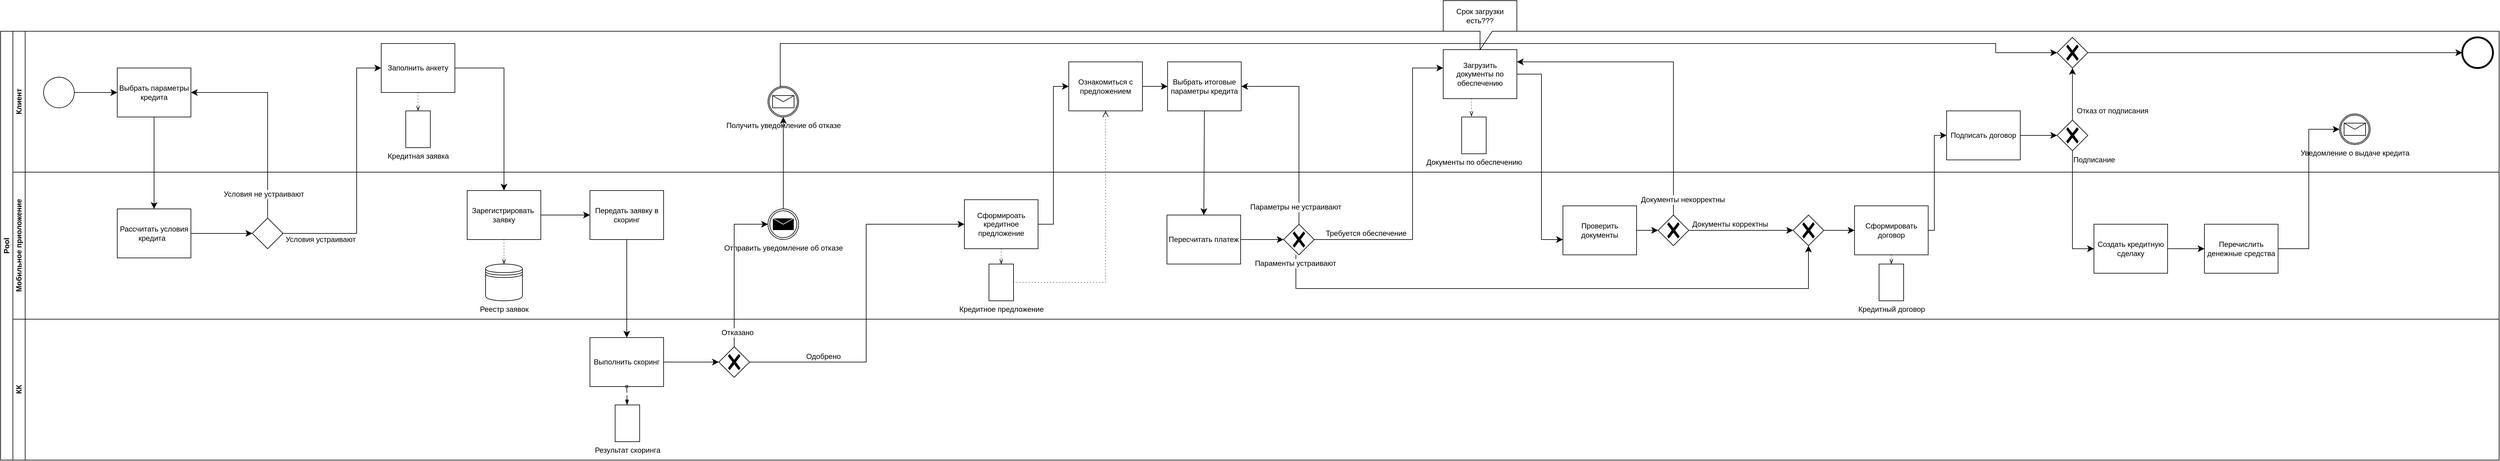
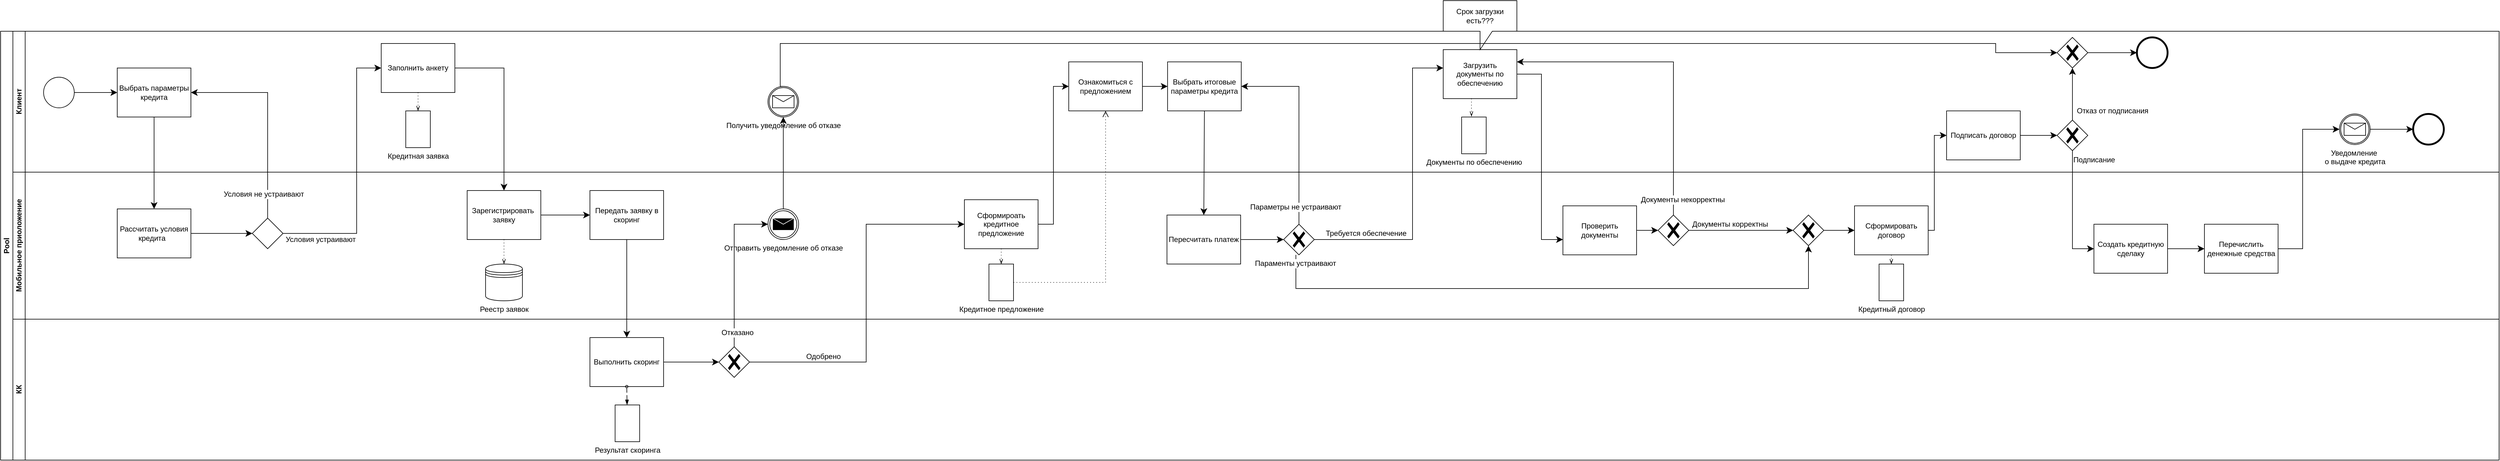
<mxfile host="app.diagrams.net" pages="2">
  <diagram name="Страница-1" id="Z5JgyArm7iG7VXAXB85R">
-     <mxGraphModel dx="506" dy="681" grid="1" gridSize="10" guides="1" tooltips="1" connect="1" arrows="1" fold="1" page="1" pageScale="1" pageWidth="827" pageHeight="1169" math="0" shadow="0">
+     <mxGraphModel dx="1835" dy="2468" grid="1" gridSize="10" guides="1" tooltips="1" connect="1" arrows="1" fold="1" page="1" pageScale="1" pageWidth="827" pageHeight="1169" math="0" shadow="0">
      <root>
        <mxCell id="0" />
        <mxCell id="1" parent="0" />
        <mxCell id="txwyEm_YX-5R6pgvzGQT-2" parent="1" style="swimlane;html=1;childLayout=stackLayout;resizeParent=1;resizeParentMax=0;horizontal=0;startSize=20;horizontalStack=0;whiteSpace=wrap;" value="Pool" vertex="1">
          <mxGeometry height="700" width="4070" x="360" y="410" as="geometry" />
        </mxCell>
        <mxCell id="vKte5DxAlEBw4ZZ7X4Z6-58" edge="1" parent="txwyEm_YX-5R6pgvzGQT-2" source="vKte5DxAlEBw4ZZ7X4Z6-55" style="edgeStyle=none;curved=1;rounded=0;orthogonalLoop=1;jettySize=auto;html=1;exitX=0.5;exitY=1;exitDx=0;exitDy=0;exitPerimeter=0;entryX=0.5;entryY=0;entryDx=0;entryDy=0;entryPerimeter=0;fontSize=12;startSize=8;endSize=8;" target="vKte5DxAlEBw4ZZ7X4Z6-57">
          <mxGeometry relative="1" as="geometry" />
        </mxCell>
        <mxCell id="yt2PXqK56LRTduQO7AhR-1" edge="1" parent="txwyEm_YX-5R6pgvzGQT-2" source="vKte5DxAlEBw4ZZ7X4Z6-59" style="edgeStyle=orthogonalEdgeStyle;rounded=0;orthogonalLoop=1;jettySize=auto;html=1;exitX=0.5;exitY=0;exitDx=0;exitDy=0;exitPerimeter=0;entryX=1;entryY=0.5;entryDx=0;entryDy=0;entryPerimeter=0;fontSize=12;startSize=8;endSize=8;" target="vKte5DxAlEBw4ZZ7X4Z6-55">
          <mxGeometry relative="1" as="geometry" />
        </mxCell>
        <mxCell id="yt2PXqK56LRTduQO7AhR-2" connectable="0" parent="yt2PXqK56LRTduQO7AhR-1" style="edgeLabel;html=1;align=center;verticalAlign=middle;resizable=0;points=[];fontSize=12;" value="Параметры не устраивают&amp;nbsp;" vertex="1">
          <mxGeometry relative="1" x="-0.822" y="4" as="geometry">
            <mxPoint as="offset" />
          </mxGeometry>
        </mxCell>
        <mxCell id="txwyEm_YX-5R6pgvzGQT-3" parent="txwyEm_YX-5R6pgvzGQT-2" style="swimlane;html=1;startSize=20;horizontal=0;" value="Клиент" vertex="1">
          <mxGeometry height="230" width="4050" x="20" as="geometry" />
        </mxCell>
        <mxCell id="txwyEm_YX-5R6pgvzGQT-12" parent="txwyEm_YX-5R6pgvzGQT-3" style="points=[[0.145,0.145,0],[0.5,0,0],[0.855,0.145,0],[1,0.5,0],[0.855,0.855,0],[0.5,1,0],[0.145,0.855,0],[0,0.5,0]];shape=mxgraph.bpmn.event;html=1;verticalLabelPosition=bottom;labelBackgroundColor=#ffffff;verticalAlign=top;align=center;perimeter=ellipsePerimeter;outlineConnect=0;aspect=fixed;outline=standard;symbol=general;" value="" vertex="1">
          <mxGeometry height="50" width="50" x="50" y="75" as="geometry" />
        </mxCell>
        <mxCell id="vKte5DxAlEBw4ZZ7X4Z6-1" parent="txwyEm_YX-5R6pgvzGQT-3" style="points=[[0.25,0,0],[0.5,0,0],[0.75,0,0],[1,0.25,0],[1,0.5,0],[1,0.75,0],[0.75,1,0],[0.5,1,0],[0.25,1,0],[0,0.75,0],[0,0.5,0],[0,0.25,0]];shape=mxgraph.bpmn.task2;whiteSpace=wrap;rectStyle=rounded;size=10;html=1;container=1;expand=0;collapsible=0;taskMarker=user;" value="Выбрать параметры кредита" vertex="1">
          <mxGeometry height="80" width="120" x="170" y="60" as="geometry" />
        </mxCell>
        <mxCell id="vKte5DxAlEBw4ZZ7X4Z6-3" edge="1" parent="txwyEm_YX-5R6pgvzGQT-3" source="txwyEm_YX-5R6pgvzGQT-12" style="edgeStyle=none;curved=1;rounded=0;orthogonalLoop=1;jettySize=auto;html=1;exitX=1;exitY=0.5;exitDx=0;exitDy=0;exitPerimeter=0;entryX=0;entryY=0.5;entryDx=0;entryDy=0;entryPerimeter=0;fontSize=12;startSize=8;endSize=8;" target="vKte5DxAlEBw4ZZ7X4Z6-1">
          <mxGeometry relative="1" as="geometry" />
        </mxCell>
        <mxCell id="vKte5DxAlEBw4ZZ7X4Z6-14" edge="1" parent="txwyEm_YX-5R6pgvzGQT-3" source="vKte5DxAlEBw4ZZ7X4Z6-8" style="edgeStyle=none;curved=1;rounded=0;orthogonalLoop=1;jettySize=auto;html=1;fontSize=12;startSize=8;endSize=8;">
          <mxGeometry relative="1" as="geometry">
            <mxPoint x="700" y="100" as="targetPoint" />
          </mxGeometry>
        </mxCell>
        <mxCell id="vKte5DxAlEBw4ZZ7X4Z6-8" parent="txwyEm_YX-5R6pgvzGQT-3" style="points=[[0.25,0,0],[0.5,0,0],[0.75,0,0],[1,0.25,0],[1,0.5,0],[1,0.75,0],[0.75,1,0],[0.5,1,0],[0.25,1,0],[0,0.75,0],[0,0.5,0],[0,0.25,0]];shape=mxgraph.bpmn.task2;whiteSpace=wrap;rectStyle=rounded;size=10;html=1;container=1;expand=0;collapsible=0;taskMarker=user;" value="Заполнить анкету" vertex="1">
          <mxGeometry height="80" width="120" x="600" y="20" as="geometry" />
        </mxCell>
        <mxCell id="vKte5DxAlEBw4ZZ7X4Z6-17" parent="txwyEm_YX-5R6pgvzGQT-3" style="shape=mxgraph.bpmn.data2;labelPosition=center;verticalLabelPosition=bottom;align=center;verticalAlign=top;size=15;html=1;" value="Кредитная заявка" vertex="1">
          <mxGeometry height="60" width="40" x="640" y="130" as="geometry" />
        </mxCell>
        <mxCell id="vKte5DxAlEBw4ZZ7X4Z6-18" edge="1" parent="txwyEm_YX-5R6pgvzGQT-3" source="vKte5DxAlEBw4ZZ7X4Z6-8" style="edgeStyle=elbowEdgeStyle;fontSize=12;html=1;endFill=0;startFill=0;endSize=6;startSize=6;dashed=1;dashPattern=1 4;endArrow=openThin;startArrow=none;rounded=0;curved=1;exitX=0.5;exitY=1;exitDx=0;exitDy=0;exitPerimeter=0;" target="vKte5DxAlEBw4ZZ7X4Z6-17" value="">
          <mxGeometry relative="1" width="160" as="geometry">
            <mxPoint x="650" y="90" as="sourcePoint" />
            <mxPoint x="810" y="90" as="targetPoint" />
          </mxGeometry>
        </mxCell>
        <mxCell id="vKte5DxAlEBw4ZZ7X4Z6-56" edge="1" parent="txwyEm_YX-5R6pgvzGQT-3" source="vKte5DxAlEBw4ZZ7X4Z6-46" style="edgeStyle=none;curved=1;rounded=0;orthogonalLoop=1;jettySize=auto;html=1;exitX=1;exitY=0.5;exitDx=0;exitDy=0;exitPerimeter=0;fontSize=12;startSize=8;endSize=8;" target="vKte5DxAlEBw4ZZ7X4Z6-55">
          <mxGeometry relative="1" as="geometry" />
        </mxCell>
        <mxCell id="vKte5DxAlEBw4ZZ7X4Z6-46" parent="txwyEm_YX-5R6pgvzGQT-3" style="points=[[0.25,0,0],[0.5,0,0],[0.75,0,0],[1,0.25,0],[1,0.5,0],[1,0.75,0],[0.75,1,0],[0.5,1,0],[0.25,1,0],[0,0.75,0],[0,0.5,0],[0,0.25,0]];shape=mxgraph.bpmn.task2;whiteSpace=wrap;rectStyle=rounded;size=10;html=1;container=1;expand=0;collapsible=0;taskMarker=user;" value="Ознакомиться с предложением" vertex="1">
          <mxGeometry height="80" width="120" x="1720" y="50" as="geometry" />
        </mxCell>
        <mxCell id="vKte5DxAlEBw4ZZ7X4Z6-55" parent="txwyEm_YX-5R6pgvzGQT-3" style="points=[[0.25,0,0],[0.5,0,0],[0.75,0,0],[1,0.25,0],[1,0.5,0],[1,0.75,0],[0.75,1,0],[0.5,1,0],[0.25,1,0],[0,0.75,0],[0,0.5,0],[0,0.25,0]];shape=mxgraph.bpmn.task2;whiteSpace=wrap;rectStyle=rounded;size=10;html=1;container=1;expand=0;collapsible=0;taskMarker=user;" value="Выбрать итоговые параметры кредита" vertex="1">
          <mxGeometry height="80" width="120" x="1881" y="50" as="geometry" />
        </mxCell>
        <mxCell id="yt2PXqK56LRTduQO7AhR-14" parent="txwyEm_YX-5R6pgvzGQT-3" style="shape=mxgraph.bpmn.data2;labelPosition=center;verticalLabelPosition=bottom;align=center;verticalAlign=top;size=15;html=1;" value="Документы по обеспечению" vertex="1">
          <mxGeometry height="60" width="40" x="2360" y="140" as="geometry" />
        </mxCell>
        <mxCell id="yt2PXqK56LRTduQO7AhR-37" parent="txwyEm_YX-5R6pgvzGQT-3" style="points=[[0.25,0,0],[0.5,0,0],[0.75,0,0],[1,0.25,0],[1,0.5,0],[1,0.75,0],[0.75,1,0],[0.5,1,0],[0.25,1,0],[0,0.75,0],[0,0.5,0],[0,0.25,0]];shape=mxgraph.bpmn.task2;whiteSpace=wrap;rectStyle=rounded;size=10;html=1;container=1;expand=0;collapsible=0;taskMarker=user;" value="Подписать договор" vertex="1">
          <mxGeometry height="80" width="120" x="3150" y="130" as="geometry" />
        </mxCell>
        <mxCell id="yt2PXqK56LRTduQO7AhR-39" parent="txwyEm_YX-5R6pgvzGQT-3" style="points=[[0.25,0.25,0],[0.5,0,0],[0.75,0.25,0],[1,0.5,0],[0.75,0.75,0],[0.5,1,0],[0.25,0.75,0],[0,0.5,0]];shape=mxgraph.bpmn.gateway2;html=1;verticalLabelPosition=bottom;labelBackgroundColor=#ffffff;verticalAlign=top;align=center;perimeter=rhombusPerimeter;outlineConnect=0;outline=none;symbol=none;gwType=exclusive;" value="" vertex="1">
          <mxGeometry height="50" width="50" x="3330" y="145" as="geometry" />
        </mxCell>
        <mxCell id="yt2PXqK56LRTduQO7AhR-40" edge="1" parent="txwyEm_YX-5R6pgvzGQT-3" source="yt2PXqK56LRTduQO7AhR-37" style="edgeStyle=none;curved=1;rounded=0;orthogonalLoop=1;jettySize=auto;html=1;entryX=0;entryY=0.5;entryDx=0;entryDy=0;entryPerimeter=0;fontSize=12;startSize=8;endSize=8;" target="yt2PXqK56LRTduQO7AhR-39">
          <mxGeometry relative="1" as="geometry" />
        </mxCell>
        <mxCell id="yt2PXqK56LRTduQO7AhR-42" parent="txwyEm_YX-5R6pgvzGQT-3" style="points=[[0.25,0.25,0],[0.5,0,0],[0.75,0.25,0],[1,0.5,0],[0.75,0.75,0],[0.5,1,0],[0.25,0.75,0],[0,0.5,0]];shape=mxgraph.bpmn.gateway2;html=1;verticalLabelPosition=bottom;labelBackgroundColor=#ffffff;verticalAlign=top;align=center;perimeter=rhombusPerimeter;outlineConnect=0;outline=none;symbol=none;gwType=exclusive;" value="" vertex="1">
          <mxGeometry height="50" width="50" x="3330" y="10" as="geometry" />
        </mxCell>
        <mxCell id="yt2PXqK56LRTduQO7AhR-43" edge="1" parent="txwyEm_YX-5R6pgvzGQT-3" source="yt2PXqK56LRTduQO7AhR-39" style="edgeStyle=none;curved=1;rounded=0;orthogonalLoop=1;jettySize=auto;html=1;entryX=0.5;entryY=1;entryDx=0;entryDy=0;entryPerimeter=0;fontSize=12;startSize=8;endSize=8;" target="yt2PXqK56LRTduQO7AhR-42">
          <mxGeometry relative="1" as="geometry" />
        </mxCell>
        <mxCell id="yt2PXqK56LRTduQO7AhR-44" connectable="0" parent="yt2PXqK56LRTduQO7AhR-43" style="edgeLabel;html=1;align=center;verticalAlign=middle;resizable=0;points=[];fontSize=12;" value="Отказ от подписания" vertex="1">
          <mxGeometry relative="1" x="-0.0725" y="-2" as="geometry">
            <mxPoint x="63" y="24" as="offset" />
          </mxGeometry>
        </mxCell>
        <mxCell id="yt2PXqK56LRTduQO7AhR-41" parent="txwyEm_YX-5R6pgvzGQT-3" style="points=[[0.145,0.145,0],[0.5,0,0],[0.855,0.145,0],[1,0.5,0],[0.855,0.855,0],[0.5,1,0],[0.145,0.855,0],[0,0.5,0]];shape=mxgraph.bpmn.event;html=1;verticalLabelPosition=bottom;labelBackgroundColor=#ffffff;verticalAlign=top;align=center;perimeter=ellipsePerimeter;outlineConnect=0;aspect=fixed;outline=end;symbol=terminate2;" value="" vertex="1">
-           <mxGeometry height="50" width="50" x="3990" y="10" as="geometry" />
+           <mxGeometry height="50" width="50" x="3460" y="10" as="geometry" />
        </mxCell>
        <mxCell id="yt2PXqK56LRTduQO7AhR-47" edge="1" parent="txwyEm_YX-5R6pgvzGQT-3" source="yt2PXqK56LRTduQO7AhR-42" style="edgeStyle=none;curved=1;rounded=0;orthogonalLoop=1;jettySize=auto;html=1;exitX=1;exitY=0.5;exitDx=0;exitDy=0;exitPerimeter=0;entryX=0;entryY=0.5;entryDx=0;entryDy=0;entryPerimeter=0;fontSize=12;startSize=8;endSize=8;" target="yt2PXqK56LRTduQO7AhR-41">
          <mxGeometry relative="1" as="geometry" />
        </mxCell>
-         <mxCell id="yt2PXqK56LRTduQO7AhR-54" parent="txwyEm_YX-5R6pgvzGQT-3" style="points=[[0.145,0.145,0],[0.5,0,0],[0.855,0.145,0],[1,0.5,0],[0.855,0.855,0],[0.5,1,0],[0.145,0.855,0],[0,0.5,0]];shape=mxgraph.bpmn.event;html=1;verticalLabelPosition=bottom;labelBackgroundColor=#ffffff;verticalAlign=top;align=center;perimeter=ellipsePerimeter;outlineConnect=0;aspect=fixed;outline=catching;symbol=message;" value="Уведомление о выдаче кредита" vertex="1">
+         <mxCell id="yt2PXqK56LRTduQO7AhR-54" parent="txwyEm_YX-5R6pgvzGQT-3" style="points=[[0.145,0.145,0],[0.5,0,0],[0.855,0.145,0],[1,0.5,0],[0.855,0.855,0],[0.5,1,0],[0.145,0.855,0],[0,0.5,0]];shape=mxgraph.bpmn.event;html=1;verticalLabelPosition=bottom;labelBackgroundColor=#ffffff;verticalAlign=top;align=center;perimeter=ellipsePerimeter;outlineConnect=0;aspect=fixed;outline=catching;symbol=message;" value="Уведомление&amp;nbsp;&lt;div&gt;о выдаче кредита&lt;/div&gt;" vertex="1">
          <mxGeometry height="50" width="50" x="3790" y="135" as="geometry" />
+         </mxCell>
+         <mxCell id="yt2PXqK56LRTduQO7AhR-56" parent="txwyEm_YX-5R6pgvzGQT-3" style="points=[[0.145,0.145,0],[0.5,0,0],[0.855,0.145,0],[1,0.5,0],[0.855,0.855,0],[0.5,1,0],[0.145,0.855,0],[0,0.5,0]];shape=mxgraph.bpmn.event;html=1;verticalLabelPosition=bottom;labelBackgroundColor=#ffffff;verticalAlign=top;align=center;perimeter=ellipsePerimeter;outlineConnect=0;aspect=fixed;outline=end;symbol=terminate2;" value="" vertex="1">
+           <mxGeometry height="50" width="50" x="3910" y="135" as="geometry" />
+         </mxCell>
+         <mxCell id="yt2PXqK56LRTduQO7AhR-57" edge="1" parent="txwyEm_YX-5R6pgvzGQT-3" source="yt2PXqK56LRTduQO7AhR-54" style="edgeStyle=none;curved=1;rounded=0;orthogonalLoop=1;jettySize=auto;html=1;exitX=1;exitY=0.5;exitDx=0;exitDy=0;exitPerimeter=0;entryX=0;entryY=0.5;entryDx=0;entryDy=0;entryPerimeter=0;fontSize=12;startSize=8;endSize=8;" target="yt2PXqK56LRTduQO7AhR-56">
+           <mxGeometry relative="1" as="geometry" />
        </mxCell>
        <mxCell id="txwyEm_YX-5R6pgvzGQT-6" parent="txwyEm_YX-5R6pgvzGQT-2" style="swimlane;html=1;startSize=20;horizontal=0;" value="Мобильное приоложение" vertex="1">
          <mxGeometry height="240" width="4050" x="20" y="230" as="geometry" />
        </mxCell>
        <mxCell id="vKte5DxAlEBw4ZZ7X4Z6-6" edge="1" parent="txwyEm_YX-5R6pgvzGQT-6" source="vKte5DxAlEBw4ZZ7X4Z6-2" style="edgeStyle=none;curved=1;rounded=0;orthogonalLoop=1;jettySize=auto;html=1;fontSize=12;startSize=8;endSize=8;" target="vKte5DxAlEBw4ZZ7X4Z6-5">
          <mxGeometry relative="1" as="geometry" />
        </mxCell>
        <mxCell id="vKte5DxAlEBw4ZZ7X4Z6-2" parent="txwyEm_YX-5R6pgvzGQT-6" style="points=[[0.25,0,0],[0.5,0,0],[0.75,0,0],[1,0.25,0],[1,0.5,0],[1,0.75,0],[0.75,1,0],[0.5,1,0],[0.25,1,0],[0,0.75,0],[0,0.5,0],[0,0.25,0]];shape=mxgraph.bpmn.task2;whiteSpace=wrap;rectStyle=rounded;size=10;html=1;container=1;expand=0;collapsible=0;taskMarker=service;" value="Рассчитать условия кредита&amp;nbsp;&amp;nbsp;" vertex="1">
          <mxGeometry height="80" width="120" x="170" y="60" as="geometry" />
        </mxCell>
        <mxCell id="vKte5DxAlEBw4ZZ7X4Z6-5" parent="txwyEm_YX-5R6pgvzGQT-6" style="points=[[0.25,0.25,0],[0.5,0,0],[0.75,0.25,0],[1,0.5,0],[0.75,0.75,0],[0.5,1,0],[0.25,0.75,0],[0,0.5,0]];shape=mxgraph.bpmn.gateway2;html=1;verticalLabelPosition=bottom;labelBackgroundColor=#ffffff;verticalAlign=top;align=center;perimeter=rhombusPerimeter;outlineConnect=0;outline=none;symbol=none;" value="" vertex="1">
          <mxGeometry height="50" width="50" x="390" y="75" as="geometry" />
        </mxCell>
        <mxCell id="vKte5DxAlEBw4ZZ7X4Z6-25" edge="1" parent="txwyEm_YX-5R6pgvzGQT-6" source="vKte5DxAlEBw4ZZ7X4Z6-15" style="edgeStyle=none;curved=1;rounded=0;orthogonalLoop=1;jettySize=auto;html=1;fontSize=12;startSize=8;endSize=8;" target="vKte5DxAlEBw4ZZ7X4Z6-23">
          <mxGeometry relative="1" as="geometry" />
        </mxCell>
        <mxCell id="vKte5DxAlEBw4ZZ7X4Z6-15" parent="txwyEm_YX-5R6pgvzGQT-6" style="points=[[0.25,0,0],[0.5,0,0],[0.75,0,0],[1,0.25,0],[1,0.5,0],[1,0.75,0],[0.75,1,0],[0.5,1,0],[0.25,1,0],[0,0.75,0],[0,0.5,0],[0,0.25,0]];shape=mxgraph.bpmn.task2;whiteSpace=wrap;rectStyle=rounded;size=10;html=1;container=1;expand=0;collapsible=0;taskMarker=service;" value="Зарегистрировать&amp;nbsp;&lt;div&gt;заявку&lt;/div&gt;" vertex="1">
          <mxGeometry height="80" width="120" x="740" y="30" as="geometry" />
        </mxCell>
        <mxCell id="vKte5DxAlEBw4ZZ7X4Z6-20" parent="txwyEm_YX-5R6pgvzGQT-6" style="shape=datastore;html=1;labelPosition=center;verticalLabelPosition=bottom;align=center;verticalAlign=top;" value="Реестр заявок" vertex="1">
          <mxGeometry height="60" width="60" x="770" y="150" as="geometry" />
        </mxCell>
        <mxCell id="vKte5DxAlEBw4ZZ7X4Z6-21" edge="1" parent="txwyEm_YX-5R6pgvzGQT-6" source="vKte5DxAlEBw4ZZ7X4Z6-15" style="edgeStyle=elbowEdgeStyle;fontSize=12;html=1;endFill=0;startFill=0;endSize=6;startSize=6;dashed=1;dashPattern=1 4;endArrow=openThin;startArrow=none;rounded=0;curved=1;entryX=0.5;entryY=0;entryDx=0;entryDy=0;" target="vKte5DxAlEBw4ZZ7X4Z6-20" value="">
          <mxGeometry relative="1" width="160" as="geometry">
            <mxPoint x="650" y="120" as="sourcePoint" />
            <mxPoint x="810" y="120" as="targetPoint" />
          </mxGeometry>
        </mxCell>
        <mxCell id="vKte5DxAlEBw4ZZ7X4Z6-23" parent="txwyEm_YX-5R6pgvzGQT-6" style="points=[[0.25,0,0],[0.5,0,0],[0.75,0,0],[1,0.25,0],[1,0.5,0],[1,0.75,0],[0.75,1,0],[0.5,1,0],[0.25,1,0],[0,0.75,0],[0,0.5,0],[0,0.25,0]];shape=mxgraph.bpmn.task2;whiteSpace=wrap;rectStyle=rounded;size=10;html=1;container=1;expand=0;collapsible=0;taskMarker=service;" value="Передать заявку в скоринг" vertex="1">
          <mxGeometry height="80" width="120" x="940" y="30" as="geometry" />
        </mxCell>
        <mxCell id="vKte5DxAlEBw4ZZ7X4Z6-43" parent="txwyEm_YX-5R6pgvzGQT-6" style="points=[[0.25,0,0],[0.5,0,0],[0.75,0,0],[1,0.25,0],[1,0.5,0],[1,0.75,0],[0.75,1,0],[0.5,1,0],[0.25,1,0],[0,0.75,0],[0,0.5,0],[0,0.25,0]];shape=mxgraph.bpmn.task2;whiteSpace=wrap;rectStyle=rounded;size=10;html=1;container=1;expand=0;collapsible=0;taskMarker=service;" value="Сформироать кредитное предложение" vertex="1">
          <mxGeometry height="80" width="120" x="1550" y="45" as="geometry" />
        </mxCell>
        <mxCell id="vKte5DxAlEBw4ZZ7X4Z6-44" parent="txwyEm_YX-5R6pgvzGQT-6" style="shape=mxgraph.bpmn.data2;labelPosition=center;verticalLabelPosition=bottom;align=center;verticalAlign=top;size=15;html=1;" value="Кредитное предложение" vertex="1">
          <mxGeometry height="60" width="40" x="1590" y="150" as="geometry" />
        </mxCell>
        <mxCell id="vKte5DxAlEBw4ZZ7X4Z6-45" edge="1" parent="txwyEm_YX-5R6pgvzGQT-6" source="vKte5DxAlEBw4ZZ7X4Z6-43" style="edgeStyle=elbowEdgeStyle;fontSize=12;html=1;endFill=0;startFill=0;endSize=6;startSize=6;dashed=1;dashPattern=1 4;endArrow=openThin;startArrow=none;rounded=0;curved=1;exitX=0.5;exitY=1;exitDx=0;exitDy=0;exitPerimeter=0;entryX=0.5;entryY=0;entryDx=0;entryDy=0;entryPerimeter=0;" target="vKte5DxAlEBw4ZZ7X4Z6-44" value="">
          <mxGeometry relative="1" width="160" as="geometry">
            <mxPoint x="1330" y="190" as="sourcePoint" />
            <mxPoint x="1490" y="190" as="targetPoint" />
          </mxGeometry>
        </mxCell>
        <mxCell id="vKte5DxAlEBw4ZZ7X4Z6-37" parent="txwyEm_YX-5R6pgvzGQT-6" style="points=[[0.145,0.145,0],[0.5,0,0],[0.855,0.145,0],[1,0.5,0],[0.855,0.855,0],[0.5,1,0],[0.145,0.855,0],[0,0.5,0]];shape=mxgraph.bpmn.event;html=1;verticalLabelPosition=bottom;labelBackgroundColor=#ffffff;verticalAlign=top;align=center;perimeter=ellipsePerimeter;outlineConnect=0;aspect=fixed;outline=catching;symbol=message;" value="Получить уведомление об отказе" vertex="1">
          <mxGeometry height="50" width="50" x="1230" y="-140" as="geometry" />
        </mxCell>
        <mxCell id="vKte5DxAlEBw4ZZ7X4Z6-54" edge="1" parent="txwyEm_YX-5R6pgvzGQT-6" source="vKte5DxAlEBw4ZZ7X4Z6-36" style="edgeStyle=none;curved=1;rounded=0;orthogonalLoop=1;jettySize=auto;html=1;exitX=0.5;exitY=0;exitDx=0;exitDy=0;exitPerimeter=0;fontSize=12;startSize=8;endSize=8;" target="vKte5DxAlEBw4ZZ7X4Z6-37">
          <mxGeometry relative="1" as="geometry" />
        </mxCell>
        <mxCell id="vKte5DxAlEBw4ZZ7X4Z6-36" parent="txwyEm_YX-5R6pgvzGQT-6" style="points=[[0.145,0.145,0],[0.5,0,0],[0.855,0.145,0],[1,0.5,0],[0.855,0.855,0],[0.5,1,0],[0.145,0.855,0],[0,0.5,0]];shape=mxgraph.bpmn.event;html=1;verticalLabelPosition=bottom;labelBackgroundColor=#ffffff;verticalAlign=top;align=center;perimeter=ellipsePerimeter;outlineConnect=0;aspect=fixed;outline=throwing;symbol=message;" value="Отправить уведомление об отказе" vertex="1">
          <mxGeometry height="50" width="50" x="1230" y="60" as="geometry" />
        </mxCell>
        <mxCell id="vKte5DxAlEBw4ZZ7X4Z6-57" parent="txwyEm_YX-5R6pgvzGQT-6" style="points=[[0.25,0,0],[0.5,0,0],[0.75,0,0],[1,0.25,0],[1,0.5,0],[1,0.75,0],[0.75,1,0],[0.5,1,0],[0.25,1,0],[0,0.75,0],[0,0.5,0],[0,0.25,0]];shape=mxgraph.bpmn.task2;whiteSpace=wrap;rectStyle=rounded;size=10;html=1;container=1;expand=0;collapsible=0;taskMarker=service;" value="Пересчитать платеж" vertex="1">
          <mxGeometry height="80" width="120" x="1880" y="70" as="geometry" />
        </mxCell>
        <mxCell id="vKte5DxAlEBw4ZZ7X4Z6-59" parent="txwyEm_YX-5R6pgvzGQT-6" style="points=[[0.25,0.25,0],[0.5,0,0],[0.75,0.25,0],[1,0.5,0],[0.75,0.75,0],[0.5,1,0],[0.25,0.75,0],[0,0.5,0]];shape=mxgraph.bpmn.gateway2;html=1;verticalLabelPosition=bottom;labelBackgroundColor=#ffffff;verticalAlign=top;align=center;perimeter=rhombusPerimeter;outlineConnect=0;outline=none;symbol=none;gwType=exclusive;" value="" vertex="1">
          <mxGeometry height="50" width="50" x="2070" y="85" as="geometry" />
        </mxCell>
        <mxCell id="yt2PXqK56LRTduQO7AhR-3" edge="1" parent="txwyEm_YX-5R6pgvzGQT-6" source="vKte5DxAlEBw4ZZ7X4Z6-57" style="edgeStyle=none;curved=1;rounded=0;orthogonalLoop=1;jettySize=auto;html=1;exitX=1;exitY=0.5;exitDx=0;exitDy=0;exitPerimeter=0;entryX=0;entryY=0.5;entryDx=0;entryDy=0;entryPerimeter=0;fontSize=12;startSize=8;endSize=8;" target="vKte5DxAlEBw4ZZ7X4Z6-59">
          <mxGeometry relative="1" as="geometry" />
        </mxCell>
        <mxCell id="yt2PXqK56LRTduQO7AhR-9" edge="1" parent="txwyEm_YX-5R6pgvzGQT-6" style="edgeStyle=orthogonalEdgeStyle;rounded=0;orthogonalLoop=1;jettySize=auto;html=1;exitX=0.5;exitY=1;exitDx=0;exitDy=0;exitPerimeter=0;entryX=0.5;entryY=1;entryDx=0;entryDy=0;entryPerimeter=0;fontSize=12;startSize=8;endSize=8;" target="yt2PXqK56LRTduQO7AhR-27">
          <mxGeometry relative="1" as="geometry">
            <Array as="points">
              <mxPoint x="2090" y="190" />
              <mxPoint x="2925" y="190" />
            </Array>
            <mxPoint x="2090" y="135" as="sourcePoint" />
            <mxPoint x="3050" y="100" as="targetPoint" />
          </mxGeometry>
        </mxCell>
        <mxCell id="yt2PXqK56LRTduQO7AhR-12" connectable="0" parent="yt2PXqK56LRTduQO7AhR-9" style="edgeLabel;html=1;align=center;verticalAlign=middle;resizable=0;points=[];fontSize=12;" value="Параменты устраивают" vertex="1">
          <mxGeometry relative="1" x="-0.972" y="-1" as="geometry">
            <mxPoint as="offset" />
          </mxGeometry>
        </mxCell>
        <mxCell id="yt2PXqK56LRTduQO7AhR-20" edge="1" parent="txwyEm_YX-5R6pgvzGQT-6" source="yt2PXqK56LRTduQO7AhR-16" style="edgeStyle=orthogonalEdgeStyle;rounded=0;orthogonalLoop=1;jettySize=auto;html=1;fontSize=12;startSize=8;endSize=8;" target="yt2PXqK56LRTduQO7AhR-19">
          <mxGeometry relative="1" as="geometry">
            <Array as="points">
              <mxPoint x="2490" y="-160" />
              <mxPoint x="2490" y="110" />
            </Array>
          </mxGeometry>
        </mxCell>
        <mxCell id="yt2PXqK56LRTduQO7AhR-16" parent="txwyEm_YX-5R6pgvzGQT-6" style="points=[[0.25,0,0],[0.5,0,0],[0.75,0,0],[1,0.25,0],[1,0.5,0],[1,0.75,0],[0.75,1,0],[0.5,1,0],[0.25,1,0],[0,0.75,0],[0,0.5,0],[0,0.25,0]];shape=mxgraph.bpmn.task2;whiteSpace=wrap;rectStyle=rounded;size=10;html=1;container=1;expand=0;collapsible=0;taskMarker=user;" value="Загрузить документы по обеспечению" vertex="1">
          <mxGeometry height="80" width="120" x="2330" y="-200" as="geometry" />
        </mxCell>
        <mxCell id="yt2PXqK56LRTduQO7AhR-5" edge="1" parent="txwyEm_YX-5R6pgvzGQT-6" source="vKte5DxAlEBw4ZZ7X4Z6-59" style="edgeStyle=orthogonalEdgeStyle;rounded=0;orthogonalLoop=1;jettySize=auto;html=1;fontSize=12;startSize=8;endSize=8;" target="yt2PXqK56LRTduQO7AhR-16">
          <mxGeometry relative="1" as="geometry">
            <Array as="points">
              <mxPoint x="2280" y="110" />
              <mxPoint x="2280" y="-170" />
            </Array>
            <mxPoint x="2249.9955172413793" y="110.00448275862072" as="sourcePoint" />
            <mxPoint x="2390" y="-170" as="targetPoint" />
          </mxGeometry>
        </mxCell>
        <mxCell id="yt2PXqK56LRTduQO7AhR-6" connectable="0" parent="yt2PXqK56LRTduQO7AhR-5" style="edgeLabel;html=1;align=center;verticalAlign=middle;resizable=0;points=[];fontSize=12;" value="Требуется обеспечение" vertex="1">
          <mxGeometry relative="1" x="-0.6113" y="1" as="geometry">
            <mxPoint x="-11" y="-9" as="offset" />
          </mxGeometry>
        </mxCell>
        <mxCell id="yt2PXqK56LRTduQO7AhR-19" parent="txwyEm_YX-5R6pgvzGQT-6" style="points=[[0.25,0,0],[0.5,0,0],[0.75,0,0],[1,0.25,0],[1,0.5,0],[1,0.75,0],[0.75,1,0],[0.5,1,0],[0.25,1,0],[0,0.75,0],[0,0.5,0],[0,0.25,0]];shape=mxgraph.bpmn.task2;whiteSpace=wrap;rectStyle=rounded;size=10;html=1;container=1;expand=0;collapsible=0;taskMarker=service;" value="Проверить документы" vertex="1">
          <mxGeometry height="80" width="120" x="2525" y="55" as="geometry" />
        </mxCell>
        <mxCell id="yt2PXqK56LRTduQO7AhR-18" parent="txwyEm_YX-5R6pgvzGQT-6" style="shape=callout;whiteSpace=wrap;html=1;perimeter=calloutPerimeter;" value="Срок загрузки есть???" vertex="1">
          <mxGeometry height="80" width="120" x="2330" y="-280" as="geometry" />
        </mxCell>
        <mxCell id="yt2PXqK56LRTduQO7AhR-21" parent="txwyEm_YX-5R6pgvzGQT-6" style="points=[[0.25,0.25,0],[0.5,0,0],[0.75,0.25,0],[1,0.5,0],[0.75,0.75,0],[0.5,1,0],[0.25,0.75,0],[0,0.5,0]];shape=mxgraph.bpmn.gateway2;html=1;verticalLabelPosition=bottom;labelBackgroundColor=#ffffff;verticalAlign=top;align=center;perimeter=rhombusPerimeter;outlineConnect=0;outline=none;symbol=none;gwType=exclusive;" value="" vertex="1">
          <mxGeometry height="50" width="50" x="2680" y="70" as="geometry" />
        </mxCell>
        <mxCell id="yt2PXqK56LRTduQO7AhR-22" edge="1" parent="txwyEm_YX-5R6pgvzGQT-6" source="yt2PXqK56LRTduQO7AhR-19" style="edgeStyle=none;curved=1;rounded=0;orthogonalLoop=1;jettySize=auto;html=1;exitX=1;exitY=0.5;exitDx=0;exitDy=0;exitPerimeter=0;entryX=0;entryY=0.5;entryDx=0;entryDy=0;entryPerimeter=0;fontSize=12;startSize=8;endSize=8;" target="yt2PXqK56LRTduQO7AhR-21">
          <mxGeometry relative="1" as="geometry" />
        </mxCell>
        <mxCell id="yt2PXqK56LRTduQO7AhR-25" edge="1" parent="txwyEm_YX-5R6pgvzGQT-6" source="yt2PXqK56LRTduQO7AhR-21" style="edgeStyle=orthogonalEdgeStyle;rounded=0;orthogonalLoop=1;jettySize=auto;html=1;entryX=1;entryY=0.25;entryDx=0;entryDy=0;entryPerimeter=0;fontSize=12;startSize=8;endSize=8;" target="yt2PXqK56LRTduQO7AhR-16">
          <mxGeometry relative="1" as="geometry">
            <Array as="points">
              <mxPoint x="2705" y="-180" />
            </Array>
          </mxGeometry>
        </mxCell>
        <mxCell id="yt2PXqK56LRTduQO7AhR-26" connectable="0" parent="yt2PXqK56LRTduQO7AhR-25" style="edgeLabel;html=1;align=center;verticalAlign=middle;resizable=0;points=[];fontSize=12;" value="Документы некорректны" vertex="1">
          <mxGeometry relative="1" x="0.6173" y="-2" as="geometry">
            <mxPoint x="173" y="227" as="offset" />
          </mxGeometry>
        </mxCell>
        <mxCell id="yt2PXqK56LRTduQO7AhR-33" edge="1" parent="txwyEm_YX-5R6pgvzGQT-6" source="yt2PXqK56LRTduQO7AhR-27" style="edgeStyle=none;curved=1;rounded=0;orthogonalLoop=1;jettySize=auto;html=1;exitX=1;exitY=0.5;exitDx=0;exitDy=0;exitPerimeter=0;fontSize=12;startSize=8;endSize=8;" target="yt2PXqK56LRTduQO7AhR-29">
          <mxGeometry relative="1" as="geometry" />
        </mxCell>
        <mxCell id="yt2PXqK56LRTduQO7AhR-27" parent="txwyEm_YX-5R6pgvzGQT-6" style="points=[[0.25,0.25,0],[0.5,0,0],[0.75,0.25,0],[1,0.5,0],[0.75,0.75,0],[0.5,1,0],[0.25,0.75,0],[0,0.5,0]];shape=mxgraph.bpmn.gateway2;html=1;verticalLabelPosition=bottom;labelBackgroundColor=#ffffff;verticalAlign=top;align=center;perimeter=rhombusPerimeter;outlineConnect=0;outline=none;symbol=none;gwType=exclusive;" value="" vertex="1">
          <mxGeometry height="50" width="50" x="2900" y="70" as="geometry" />
        </mxCell>
        <mxCell id="yt2PXqK56LRTduQO7AhR-29" parent="txwyEm_YX-5R6pgvzGQT-6" style="points=[[0.25,0,0],[0.5,0,0],[0.75,0,0],[1,0.25,0],[1,0.5,0],[1,0.75,0],[0.75,1,0],[0.5,1,0],[0.25,1,0],[0,0.75,0],[0,0.5,0],[0,0.25,0]];shape=mxgraph.bpmn.task2;whiteSpace=wrap;rectStyle=rounded;size=10;html=1;container=1;expand=0;collapsible=0;taskMarker=service;" value="Сформировать договор" vertex="1">
          <mxGeometry height="80" width="120" x="3000" y="55" as="geometry" />
        </mxCell>
        <mxCell id="yt2PXqK56LRTduQO7AhR-31" edge="1" parent="txwyEm_YX-5R6pgvzGQT-6" source="yt2PXqK56LRTduQO7AhR-21" style="edgeStyle=none;curved=1;rounded=0;orthogonalLoop=1;jettySize=auto;html=1;exitX=1;exitY=0.5;exitDx=0;exitDy=0;exitPerimeter=0;entryX=0;entryY=0.5;entryDx=0;entryDy=0;entryPerimeter=0;fontSize=12;startSize=8;endSize=8;" target="yt2PXqK56LRTduQO7AhR-27">
          <mxGeometry relative="1" as="geometry" />
        </mxCell>
        <mxCell id="yt2PXqK56LRTduQO7AhR-32" connectable="0" parent="yt2PXqK56LRTduQO7AhR-31" style="edgeLabel;html=1;align=center;verticalAlign=middle;resizable=0;points=[];fontSize=12;" value="Документы корректны" vertex="1">
          <mxGeometry relative="1" x="-0.3971" y="-3" as="geometry">
            <mxPoint x="16" y="-13" as="offset" />
          </mxGeometry>
        </mxCell>
        <mxCell id="yt2PXqK56LRTduQO7AhR-34" parent="txwyEm_YX-5R6pgvzGQT-6" style="shape=mxgraph.bpmn.data2;labelPosition=center;verticalLabelPosition=bottom;align=center;verticalAlign=top;size=15;html=1;" value="Кредитный договор" vertex="1">
          <mxGeometry height="60" width="40" x="3040" y="150" as="geometry" />
        </mxCell>
        <mxCell id="yt2PXqK56LRTduQO7AhR-36" edge="1" parent="txwyEm_YX-5R6pgvzGQT-6" source="yt2PXqK56LRTduQO7AhR-29" style="edgeStyle=elbowEdgeStyle;fontSize=12;html=1;endFill=0;startFill=0;endSize=6;startSize=6;dashed=1;dashPattern=1 4;endArrow=openThin;startArrow=none;rounded=0;curved=1;" target="yt2PXqK56LRTduQO7AhR-34" value="">
          <mxGeometry relative="1" width="160" as="geometry">
            <mxPoint x="3150" y="110" as="sourcePoint" />
            <mxPoint x="3310" y="110" as="targetPoint" />
          </mxGeometry>
        </mxCell>
        <mxCell id="yt2PXqK56LRTduQO7AhR-48" parent="txwyEm_YX-5R6pgvzGQT-6" style="points=[[0.25,0,0],[0.5,0,0],[0.75,0,0],[1,0.25,0],[1,0.5,0],[1,0.75,0],[0.75,1,0],[0.5,1,0],[0.25,1,0],[0,0.75,0],[0,0.5,0],[0,0.25,0]];shape=mxgraph.bpmn.task2;whiteSpace=wrap;rectStyle=rounded;size=10;html=1;container=1;expand=0;collapsible=0;taskMarker=service;" value="Создать кредитную сделаку" vertex="1">
          <mxGeometry height="80" width="120" x="3390" y="85" as="geometry" />
        </mxCell>
        <mxCell id="yt2PXqK56LRTduQO7AhR-49" parent="txwyEm_YX-5R6pgvzGQT-6" style="points=[[0.25,0,0],[0.5,0,0],[0.75,0,0],[1,0.25,0],[1,0.5,0],[1,0.75,0],[0.75,1,0],[0.5,1,0],[0.25,1,0],[0,0.75,0],[0,0.5,0],[0,0.25,0]];shape=mxgraph.bpmn.task2;whiteSpace=wrap;rectStyle=rounded;size=10;html=1;container=1;expand=0;collapsible=0;taskMarker=service;" value="Перечислить денежные средства" vertex="1">
          <mxGeometry height="80" width="120" x="3570" y="85" as="geometry" />
        </mxCell>
        <mxCell id="yt2PXqK56LRTduQO7AhR-50" edge="1" parent="txwyEm_YX-5R6pgvzGQT-6" source="yt2PXqK56LRTduQO7AhR-48" style="edgeStyle=none;curved=1;rounded=0;orthogonalLoop=1;jettySize=auto;html=1;entryX=0;entryY=0.5;entryDx=0;entryDy=0;entryPerimeter=0;fontSize=12;startSize=8;endSize=8;" target="yt2PXqK56LRTduQO7AhR-49">
          <mxGeometry relative="1" as="geometry" />
        </mxCell>
        <mxCell id="txwyEm_YX-5R6pgvzGQT-4" parent="txwyEm_YX-5R6pgvzGQT-2" style="swimlane;html=1;startSize=20;horizontal=0;" value="КК" vertex="1">
          <mxGeometry height="230" width="4050" x="20" y="470" as="geometry" />
        </mxCell>
        <mxCell id="vKte5DxAlEBw4ZZ7X4Z6-49" edge="1" parent="txwyEm_YX-5R6pgvzGQT-4" source="vKte5DxAlEBw4ZZ7X4Z6-26" style="edgeStyle=none;curved=1;rounded=0;orthogonalLoop=1;jettySize=auto;html=1;fontSize=12;startSize=8;endSize=8;" target="vKte5DxAlEBw4ZZ7X4Z6-35">
          <mxGeometry relative="1" as="geometry" />
        </mxCell>
        <mxCell id="vKte5DxAlEBw4ZZ7X4Z6-26" parent="txwyEm_YX-5R6pgvzGQT-4" style="points=[[0.25,0,0],[0.5,0,0],[0.75,0,0],[1,0.25,0],[1,0.5,0],[1,0.75,0],[0.75,1,0],[0.5,1,0],[0.25,1,0],[0,0.75,0],[0,0.5,0],[0,0.25,0]];shape=mxgraph.bpmn.task2;whiteSpace=wrap;rectStyle=rounded;size=10;html=1;container=1;expand=0;collapsible=0;taskMarker=service;" value="Выполнить скоринг" vertex="1">
          <mxGeometry height="80" width="120" x="940" y="30" as="geometry" />
        </mxCell>
        <mxCell id="vKte5DxAlEBw4ZZ7X4Z6-27" parent="txwyEm_YX-5R6pgvzGQT-4" style="shape=mxgraph.bpmn.data2;labelPosition=center;verticalLabelPosition=bottom;align=center;verticalAlign=top;size=15;html=1;" value="Результат скоринга" vertex="1">
          <mxGeometry height="60" width="40" x="981" y="140" as="geometry" />
        </mxCell>
        <mxCell id="vKte5DxAlEBw4ZZ7X4Z6-29" edge="1" parent="txwyEm_YX-5R6pgvzGQT-4" source="vKte5DxAlEBw4ZZ7X4Z6-26" style="dashed=1;dashPattern=8 4;endArrow=blockThin;endFill=1;startArrow=oval;startFill=0;endSize=6;startSize=4;html=1;rounded=0;fontSize=12;curved=1;exitX=0.5;exitY=1;exitDx=0;exitDy=0;exitPerimeter=0;" target="vKte5DxAlEBw4ZZ7X4Z6-27" value="">
          <mxGeometry relative="1" width="160" as="geometry">
            <mxPoint x="960" y="-70" as="sourcePoint" />
            <mxPoint x="1120" y="-70" as="targetPoint" />
          </mxGeometry>
        </mxCell>
        <mxCell id="vKte5DxAlEBw4ZZ7X4Z6-35" parent="txwyEm_YX-5R6pgvzGQT-4" style="points=[[0.25,0.25,0],[0.5,0,0],[0.75,0.25,0],[1,0.5,0],[0.75,0.75,0],[0.5,1,0],[0.25,0.75,0],[0,0.5,0]];shape=mxgraph.bpmn.gateway2;html=1;verticalLabelPosition=bottom;labelBackgroundColor=#ffffff;verticalAlign=top;align=center;perimeter=rhombusPerimeter;outlineConnect=0;outline=none;symbol=none;gwType=exclusive;" value="" vertex="1">
          <mxGeometry height="50" width="50" x="1150" y="45" as="geometry" />
        </mxCell>
        <mxCell id="vKte5DxAlEBw4ZZ7X4Z6-52" connectable="0" parent="txwyEm_YX-5R6pgvzGQT-4" style="edgeLabel;html=1;align=center;verticalAlign=middle;resizable=0;points=[];fontSize=12;" value="Одобрено" vertex="1">
          <mxGeometry x="1370" y="130" as="geometry">
            <mxPoint x="-50" y="-69" as="offset" />
          </mxGeometry>
        </mxCell>
        <mxCell id="vKte5DxAlEBw4ZZ7X4Z6-4" edge="1" parent="txwyEm_YX-5R6pgvzGQT-2" source="vKte5DxAlEBw4ZZ7X4Z6-1" style="edgeStyle=none;curved=1;rounded=0;orthogonalLoop=1;jettySize=auto;html=1;fontSize=12;startSize=8;endSize=8;" target="vKte5DxAlEBw4ZZ7X4Z6-2">
          <mxGeometry relative="1" as="geometry" />
        </mxCell>
        <mxCell id="vKte5DxAlEBw4ZZ7X4Z6-7" edge="1" parent="txwyEm_YX-5R6pgvzGQT-2" source="vKte5DxAlEBw4ZZ7X4Z6-5" style="edgeStyle=orthogonalEdgeStyle;rounded=0;orthogonalLoop=1;jettySize=auto;html=1;fontSize=12;startSize=8;endSize=8;" target="vKte5DxAlEBw4ZZ7X4Z6-1">
          <mxGeometry relative="1" as="geometry">
            <Array as="points">
              <mxPoint x="435" y="100" />
            </Array>
          </mxGeometry>
        </mxCell>
        <mxCell id="vKte5DxAlEBw4ZZ7X4Z6-12" connectable="0" parent="vKte5DxAlEBw4ZZ7X4Z6-7" style="edgeLabel;html=1;align=center;verticalAlign=middle;resizable=0;points=[];fontSize=12;" value="Условия не устраивают&amp;nbsp;" vertex="1">
          <mxGeometry relative="1" x="-0.8711" y="3" as="geometry">
            <mxPoint x="-2" y="-18" as="offset" />
          </mxGeometry>
        </mxCell>
        <mxCell id="vKte5DxAlEBw4ZZ7X4Z6-9" edge="1" parent="txwyEm_YX-5R6pgvzGQT-2" source="vKte5DxAlEBw4ZZ7X4Z6-5" style="edgeStyle=orthogonalEdgeStyle;rounded=0;orthogonalLoop=1;jettySize=auto;html=1;exitX=1;exitY=0.5;exitDx=0;exitDy=0;exitPerimeter=0;fontSize=12;startSize=8;endSize=8;" target="vKte5DxAlEBw4ZZ7X4Z6-8">
          <mxGeometry relative="1" as="geometry">
            <Array as="points">
              <mxPoint x="580" y="330" />
              <mxPoint x="580" y="60" />
            </Array>
          </mxGeometry>
        </mxCell>
        <mxCell id="vKte5DxAlEBw4ZZ7X4Z6-10" connectable="0" parent="vKte5DxAlEBw4ZZ7X4Z6-9" style="edgeLabel;html=1;align=center;verticalAlign=middle;resizable=0;points=[];fontSize=12;" value="Условия устраивают" vertex="1">
          <mxGeometry relative="1" x="-0.8443" y="3" as="geometry">
            <mxPoint x="27" y="13" as="offset" />
          </mxGeometry>
        </mxCell>
        <mxCell id="vKte5DxAlEBw4ZZ7X4Z6-19" edge="1" parent="txwyEm_YX-5R6pgvzGQT-2" source="vKte5DxAlEBw4ZZ7X4Z6-8" style="edgeStyle=orthogonalEdgeStyle;rounded=0;orthogonalLoop=1;jettySize=auto;html=1;fontSize=12;startSize=8;endSize=8;" target="vKte5DxAlEBw4ZZ7X4Z6-15">
          <mxGeometry relative="1" as="geometry" />
        </mxCell>
        <mxCell id="vKte5DxAlEBw4ZZ7X4Z6-31" edge="1" parent="txwyEm_YX-5R6pgvzGQT-2" source="vKte5DxAlEBw4ZZ7X4Z6-23" style="edgeStyle=none;curved=1;rounded=0;orthogonalLoop=1;jettySize=auto;html=1;fontSize=12;startSize=8;endSize=8;" target="vKte5DxAlEBw4ZZ7X4Z6-26">
          <mxGeometry relative="1" as="geometry" />
        </mxCell>
        <mxCell id="vKte5DxAlEBw4ZZ7X4Z6-47" edge="1" parent="txwyEm_YX-5R6pgvzGQT-2" source="vKte5DxAlEBw4ZZ7X4Z6-43" style="edgeStyle=orthogonalEdgeStyle;rounded=0;orthogonalLoop=1;jettySize=auto;html=1;entryX=0;entryY=0.5;entryDx=0;entryDy=0;entryPerimeter=0;fontSize=12;startSize=8;endSize=8;" target="vKte5DxAlEBw4ZZ7X4Z6-46">
          <mxGeometry relative="1" as="geometry" />
        </mxCell>
        <mxCell id="vKte5DxAlEBw4ZZ7X4Z6-48" edge="1" parent="txwyEm_YX-5R6pgvzGQT-2" source="vKte5DxAlEBw4ZZ7X4Z6-44" style="edgeStyle=orthogonalEdgeStyle;rounded=0;orthogonalLoop=1;jettySize=auto;html=1;fontSize=12;startSize=8;endSize=8;endArrow=open;endFill=0;dashed=1;dashPattern=1 4;" target="vKte5DxAlEBw4ZZ7X4Z6-46">
          <mxGeometry relative="1" as="geometry" />
        </mxCell>
        <mxCell id="vKte5DxAlEBw4ZZ7X4Z6-42" edge="1" parent="txwyEm_YX-5R6pgvzGQT-2" source="vKte5DxAlEBw4ZZ7X4Z6-37" style="edgeStyle=orthogonalEdgeStyle;rounded=0;orthogonalLoop=1;jettySize=auto;html=1;exitX=0.5;exitY=0;exitDx=0;exitDy=0;exitPerimeter=0;fontSize=12;startSize=8;endSize=8;entryX=0;entryY=0.5;entryDx=0;entryDy=0;entryPerimeter=0;" target="yt2PXqK56LRTduQO7AhR-42">
          <mxGeometry relative="1" as="geometry">
            <Array as="points">
              <mxPoint x="1270" y="90" />
              <mxPoint x="1270" y="20" />
              <mxPoint x="3250" y="20" />
              <mxPoint x="3250" y="35" />
            </Array>
            <mxPoint x="3690.000000000001" y="20.505102572168198" as="targetPoint" />
          </mxGeometry>
        </mxCell>
        <mxCell id="vKte5DxAlEBw4ZZ7X4Z6-50" edge="1" parent="txwyEm_YX-5R6pgvzGQT-2" source="vKte5DxAlEBw4ZZ7X4Z6-35" style="edgeStyle=orthogonalEdgeStyle;rounded=0;orthogonalLoop=1;jettySize=auto;html=1;entryX=0;entryY=0.5;entryDx=0;entryDy=0;entryPerimeter=0;fontSize=12;startSize=8;endSize=8;" target="vKte5DxAlEBw4ZZ7X4Z6-36">
          <mxGeometry relative="1" as="geometry">
            <Array as="points">
              <mxPoint x="1195" y="315" />
            </Array>
            <mxPoint x="1195" y="520" as="sourcePoint" />
          </mxGeometry>
        </mxCell>
        <mxCell id="vKte5DxAlEBw4ZZ7X4Z6-51" connectable="0" parent="vKte5DxAlEBw4ZZ7X4Z6-50" style="edgeLabel;html=1;align=center;verticalAlign=middle;resizable=0;points=[];fontSize=12;" value="Отказано" vertex="1">
          <mxGeometry relative="1" x="-0.8866" y="1" as="geometry">
            <mxPoint x="6" y="-9" as="offset" />
          </mxGeometry>
        </mxCell>
        <mxCell id="vKte5DxAlEBw4ZZ7X4Z6-53" edge="1" parent="txwyEm_YX-5R6pgvzGQT-2" source="vKte5DxAlEBw4ZZ7X4Z6-35" style="edgeStyle=orthogonalEdgeStyle;rounded=0;orthogonalLoop=1;jettySize=auto;html=1;exitX=1;exitY=0.5;exitDx=0;exitDy=0;exitPerimeter=0;fontSize=12;startSize=8;endSize=8;" target="vKte5DxAlEBw4ZZ7X4Z6-43">
          <mxGeometry relative="1" as="geometry">
            <Array as="points">
              <mxPoint x="1410" y="540" />
              <mxPoint x="1410" y="315" />
            </Array>
          </mxGeometry>
        </mxCell>
        <mxCell id="yt2PXqK56LRTduQO7AhR-15" edge="1" parent="txwyEm_YX-5R6pgvzGQT-2" source="yt2PXqK56LRTduQO7AhR-16" style="edgeStyle=elbowEdgeStyle;fontSize=12;html=1;endFill=0;startFill=0;endSize=6;startSize=6;dashed=1;dashPattern=1 4;endArrow=openThin;startArrow=none;rounded=0;curved=1;" value="">
          <mxGeometry relative="1" width="160" as="geometry">
            <mxPoint x="2405" y="100" as="sourcePoint" />
            <mxPoint x="2396" y="139" as="targetPoint" />
          </mxGeometry>
        </mxCell>
        <mxCell id="yt2PXqK56LRTduQO7AhR-38" edge="1" parent="txwyEm_YX-5R6pgvzGQT-2" source="yt2PXqK56LRTduQO7AhR-29" style="edgeStyle=orthogonalEdgeStyle;rounded=0;orthogonalLoop=1;jettySize=auto;html=1;exitX=1;exitY=0.5;exitDx=0;exitDy=0;exitPerimeter=0;entryX=0;entryY=0.5;entryDx=0;entryDy=0;entryPerimeter=0;fontSize=12;startSize=8;endSize=8;" target="yt2PXqK56LRTduQO7AhR-37">
          <mxGeometry relative="1" as="geometry">
            <Array as="points">
              <mxPoint x="3150" y="325" />
              <mxPoint x="3150" y="170" />
            </Array>
          </mxGeometry>
        </mxCell>
        <mxCell id="yt2PXqK56LRTduQO7AhR-45" edge="1" parent="txwyEm_YX-5R6pgvzGQT-2" source="yt2PXqK56LRTduQO7AhR-39" style="edgeStyle=orthogonalEdgeStyle;rounded=0;orthogonalLoop=1;jettySize=auto;html=1;fontSize=12;startSize=8;endSize=8;entryX=0;entryY=0.5;entryDx=0;entryDy=0;entryPerimeter=0;" target="yt2PXqK56LRTduQO7AhR-48">
          <mxGeometry relative="1" as="geometry">
            <Array as="points">
              <mxPoint x="3375" y="355" />
            </Array>
            <mxPoint x="3500" y="170" as="targetPoint" />
          </mxGeometry>
        </mxCell>
        <mxCell id="yt2PXqK56LRTduQO7AhR-46" connectable="0" parent="yt2PXqK56LRTduQO7AhR-45" style="edgeLabel;html=1;align=center;verticalAlign=middle;resizable=0;points=[];fontSize=12;" value="Подписание" vertex="1">
          <mxGeometry relative="1" x="-0.2612" y="3" as="geometry">
            <mxPoint x="32" y="-57" as="offset" />
          </mxGeometry>
        </mxCell>
        <mxCell id="yt2PXqK56LRTduQO7AhR-55" edge="1" parent="txwyEm_YX-5R6pgvzGQT-2" source="yt2PXqK56LRTduQO7AhR-49" style="edgeStyle=orthogonalEdgeStyle;rounded=0;orthogonalLoop=1;jettySize=auto;html=1;exitX=1;exitY=0.5;exitDx=0;exitDy=0;exitPerimeter=0;entryX=0;entryY=0.5;entryDx=0;entryDy=0;entryPerimeter=0;fontSize=12;startSize=8;endSize=8;" target="yt2PXqK56LRTduQO7AhR-54">
-           <mxGeometry relative="1" as="geometry" />
+           <mxGeometry relative="1" as="geometry">
+             <Array as="points">
+               <mxPoint x="3750" y="355" />
+               <mxPoint x="3750" y="160" />
+             </Array>
+           </mxGeometry>
        </mxCell>
      </root>
    </mxGraphModel>
  </diagram>
  <diagram id="IM-nh7XIaRQi2Wxa1hCS" name="Страница-2">
    <mxGraphModel dx="34520" dy="19760" grid="0" gridSize="10" guides="1" tooltips="1" connect="1" arrows="1" fold="1" page="0" pageScale="1" pageWidth="827" pageHeight="1169" math="0" shadow="0">
      <root>
        <mxCell id="0" />
        <mxCell id="1" parent="0" />
      </root>
    </mxGraphModel>
  </diagram>
</mxfile>
